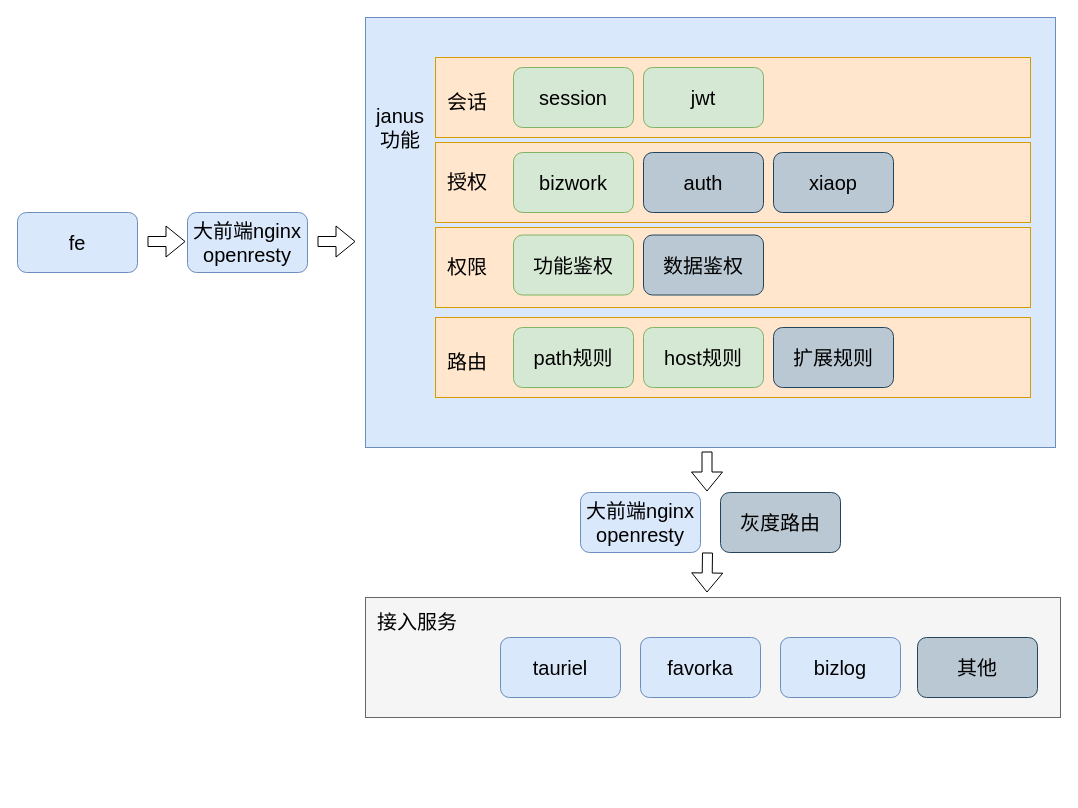
The draw.io diagram janus_gateway.drawio in effyroth/drawio2, before the edit. Source tidied: cells renumbered, new cells numbered last; positions are measured from the earlier drawing's top-left corner, leaving out a move shared by most shapes. Both pictures are drawn from the tidied source at 100%, with x=0, y=0 at pixel (17, 17).
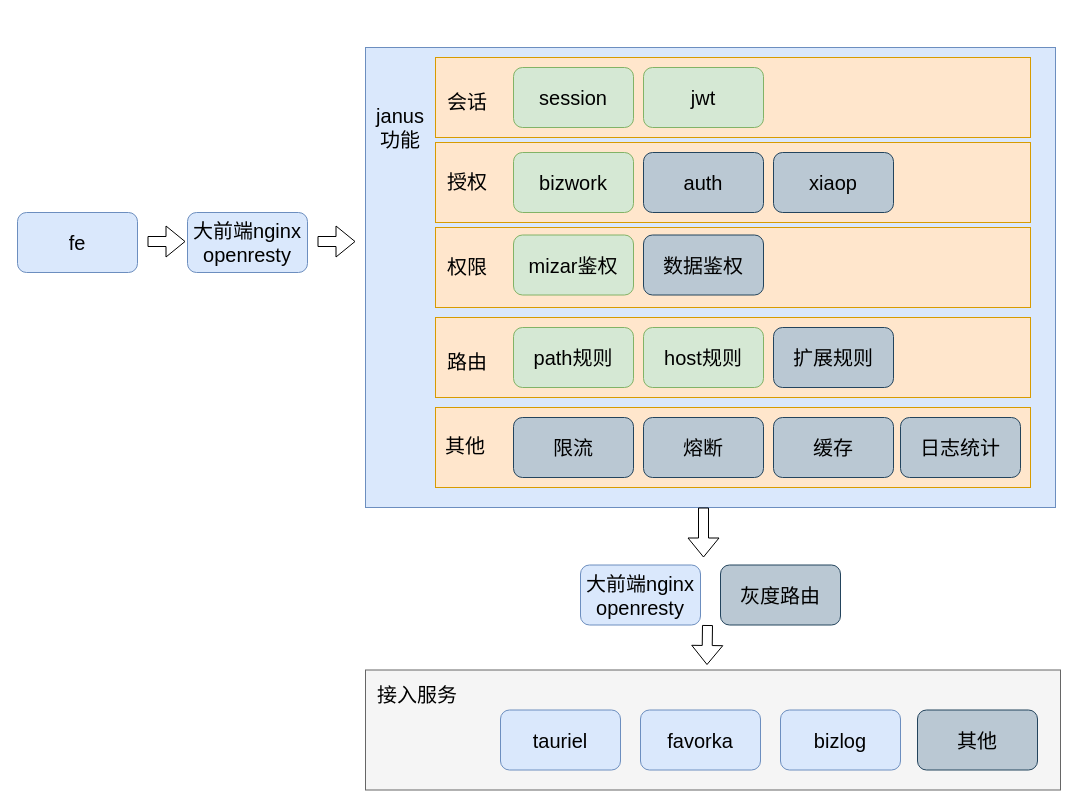
The same diagram, later.

The edit, as a diff of the source:
```diff
@@
     <mxCell id="2" style="rounded=0;whiteSpace=wrap;html=1;fillColor=#f5f5f5;strokeColor=#666666;fontColor=#333333;glass=0;comic=0;" parent="1" vertex="1">
-      <mxGeometry x="348" y="580" width="695" height="120" as="geometry" />
+      <mxGeometry x="348" y="652.5" width="695" height="120" as="geometry" />
     </mxCell>
@@
     <mxCell id="4" value="&lt;font style=&quot;font-size: 20px&quot;&gt;tauriel&lt;/font&gt;" style="rounded=1;whiteSpace=wrap;html=1;fillColor=#dae8fc;strokeColor=#6c8ebf;" parent="1" vertex="1">
-      <mxGeometry x="483" y="620" width="120" height="60" as="geometry" />
+      <mxGeometry x="483" y="692.5" width="120" height="60" as="geometry" />
     </mxCell>
     <mxCell id="5" value="&lt;font style=&quot;font-size: 20px&quot;&gt;favorka&lt;/font&gt;" style="rounded=1;whiteSpace=wrap;html=1;fillColor=#dae8fc;strokeColor=#6c8ebf;" parent="1" vertex="1">
-      <mxGeometry x="623" y="620" width="120" height="60" as="geometry" />
+      <mxGeometry x="623" y="692.5" width="120" height="60" as="geometry" />
     </mxCell>
     <mxCell id="6" value="&lt;font style=&quot;font-size: 20px&quot;&gt;bizlog&lt;/font&gt;" style="rounded=1;whiteSpace=wrap;html=1;fillColor=#dae8fc;strokeColor=#6c8ebf;" parent="1" vertex="1">
-      <mxGeometry x="763" y="620" width="120" height="60" as="geometry" />
+      <mxGeometry x="763" y="692.5" width="120" height="60" as="geometry" />
     </mxCell>
     <mxCell id="7" style="rounded=0;whiteSpace=wrap;html=1;fillColor=#dae8fc;strokeColor=#6c8ebf;" parent="1" vertex="1">
-      <mxGeometry x="348" width="690" height="430" as="geometry" />
+      <mxGeometry x="348" y="30" width="690" height="460" as="geometry" />
     </mxCell>
@@
-    <mxCell id="14" value="&lt;span style=&quot;font-size: 20px&quot;&gt;功能鉴权&lt;/span&gt;" style="rounded=1;whiteSpace=wrap;html=1;fillColor=#d5e8d4;strokeColor=#82b366;" parent="1" vertex="1">
+    <mxCell id="14" value="&lt;span style=&quot;font-size: 20px&quot;&gt;mizar鉴权&lt;/span&gt;" style="rounded=1;whiteSpace=wrap;html=1;fillColor=#d5e8d4;strokeColor=#82b366;" parent="1" vertex="1">
       <mxGeometry x="496" y="217.5" width="120" height="60" as="geometry" />
     </mxCell>
@@
     <mxCell id="23" value="&lt;font style=&quot;font-size: 20px&quot;&gt;接入服务&lt;/font&gt;" style="text;html=1;align=left;verticalAlign=top;spacingTop=-4;" parent="1" vertex="1">
-      <mxGeometry x="358" y="590" width="100" height="20" as="geometry" />
+      <mxGeometry x="358" y="662.5" width="100" height="20" as="geometry" />
     </mxCell>
@@
     <mxCell id="25" style="shape=flexArrow;endArrow=classic;html=1;" parent="1" edge="1">
       <mxGeometry relative="1" as="geometry">
-        <mxPoint x="690" y="535" as="sourcePoint" />
-        <mxPoint x="689.5" y="575" as="targetPoint" />
+        <mxPoint x="690" y="607.5" as="sourcePoint" />
+        <mxPoint x="689.5" y="647.5" as="targetPoint" />
       </mxGeometry>
     </mxCell>
@@
     <mxCell id="31" value="&lt;font style=&quot;font-size: 20px&quot;&gt;大前端nginx&lt;br&gt;openresty&lt;br&gt;&lt;/font&gt;" style="rounded=1;whiteSpace=wrap;html=1;fillColor=#dae8fc;strokeColor=#6c8ebf;" parent="1" vertex="1">
-      <mxGeometry x="563" y="475" width="120" height="60" as="geometry" />
+      <mxGeometry x="563" y="547.5" width="120" height="60" as="geometry" />
     </mxCell>
     <mxCell id="32" style="shape=flexArrow;endArrow=classic;html=1;" parent="1" edge="1">
       <mxGeometry relative="1" as="geometry">
-        <mxPoint x="689.5" y="434" as="sourcePoint" />
-        <mxPoint x="689.5" y="474" as="targetPoint" />
+        <mxPoint x="686" y="490" as="sourcePoint" />
+        <mxPoint x="686" y="540" as="targetPoint" />
       </mxGeometry>
     </mxCell>
@@
     <mxCell id="34" value="&lt;span style=&quot;font-size: 20px&quot;&gt;其他&lt;/span&gt;" style="rounded=1;whiteSpace=wrap;html=1;fillColor=#bac8d3;strokeColor=#23445d;" parent="1" vertex="1">
-      <mxGeometry x="900" y="620" width="120" height="60" as="geometry" />
+      <mxGeometry x="900" y="692.5" width="120" height="60" as="geometry" />
     </mxCell>
     <mxCell id="35" value="&lt;font style=&quot;font-size: 20px&quot;&gt;灰度路由&lt;br&gt;&lt;/font&gt;" style="rounded=1;whiteSpace=wrap;html=1;fillColor=#bac8d3;strokeColor=#23445d;" parent="1" vertex="1">
-      <mxGeometry x="703" y="475" width="120" height="60" as="geometry" />
+      <mxGeometry x="703" y="547.5" width="120" height="60" as="geometry" />
     </mxCell>
+    <mxCell id="36" style="rounded=0;whiteSpace=wrap;html=1;fillColor=#ffe6cc;strokeColor=#d79b00;" parent="1" vertex="1">
+      <mxGeometry x="418" y="390" width="595" height="80" as="geometry" />
+    </mxCell>
+    <mxCell id="37" value="&lt;span style=&quot;font-size: 20px&quot;&gt;限流&lt;/span&gt;" style="rounded=1;whiteSpace=wrap;html=1;fillColor=#bac8d3;strokeColor=#23445d;" parent="1" vertex="1">
+      <mxGeometry x="496" y="400" width="120" height="60" as="geometry" />
+    </mxCell>
+    <mxCell id="38" value="&lt;span style=&quot;font-size: 20px&quot;&gt;熔断&lt;/span&gt;" style="rounded=1;whiteSpace=wrap;html=1;fillColor=#bac8d3;strokeColor=#23445d;" parent="1" vertex="1">
+      <mxGeometry x="626" y="400" width="120" height="60" as="geometry" />
+    </mxCell>
+    <mxCell id="39" value="&lt;span style=&quot;font-size: 20px&quot;&gt;缓存&lt;/span&gt;" style="rounded=1;whiteSpace=wrap;html=1;fillColor=#bac8d3;strokeColor=#23445d;" parent="1" vertex="1">
+      <mxGeometry x="756" y="400" width="120" height="60" as="geometry" />
+    </mxCell>
+    <mxCell id="40" value="&lt;span style=&quot;font-size: 20px&quot;&gt;其他&lt;/span&gt;" style="text;html=1;align=left;verticalAlign=top;spacingTop=-4;" parent="1" vertex="1">
+      <mxGeometry x="426" y="414" width="60" height="20" as="geometry" />
+    </mxCell>
+    <mxCell id="41" value="&lt;span style=&quot;font-size: 20px&quot;&gt;日志统计&lt;/span&gt;" style="rounded=1;whiteSpace=wrap;html=1;fillColor=#bac8d3;strokeColor=#23445d;" parent="1" vertex="1">
+      <mxGeometry x="883" y="400" width="120" height="60" as="geometry" />
+    </mxCell>
```
